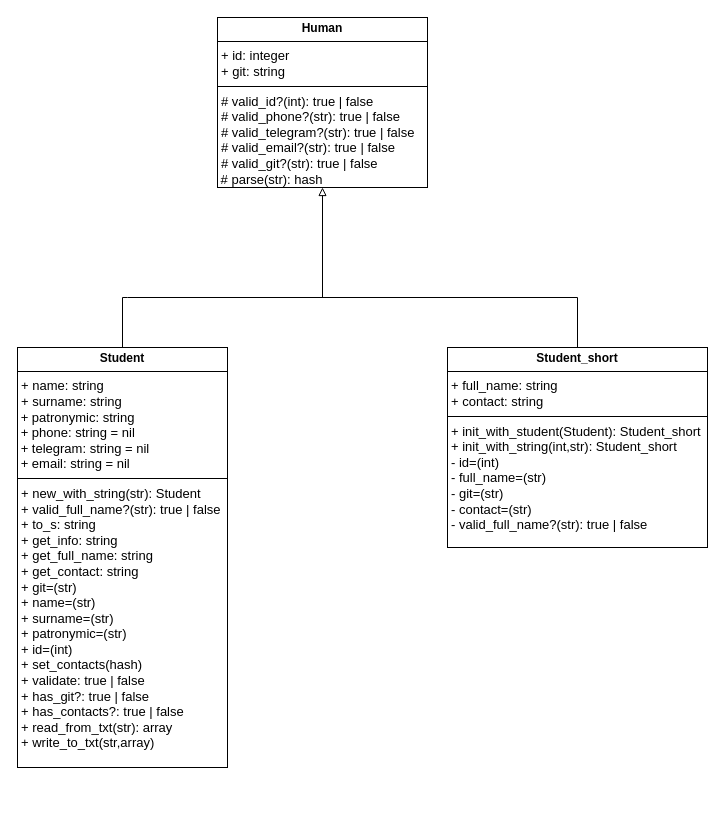
This is lab2_kernel_classes_and_models/class_diagram.drawio from mighty-mlrisen/design-patterns, a draw.io file, before an edit. Source tidied: cells renumbered, new cells numbered last; positions are measured from the earlier drawing's top-left corner, leaving out a move shared by most shapes. Both pictures are drawn from the tidied source at 100%, with x=0, y=0 at pixel (17, 17).
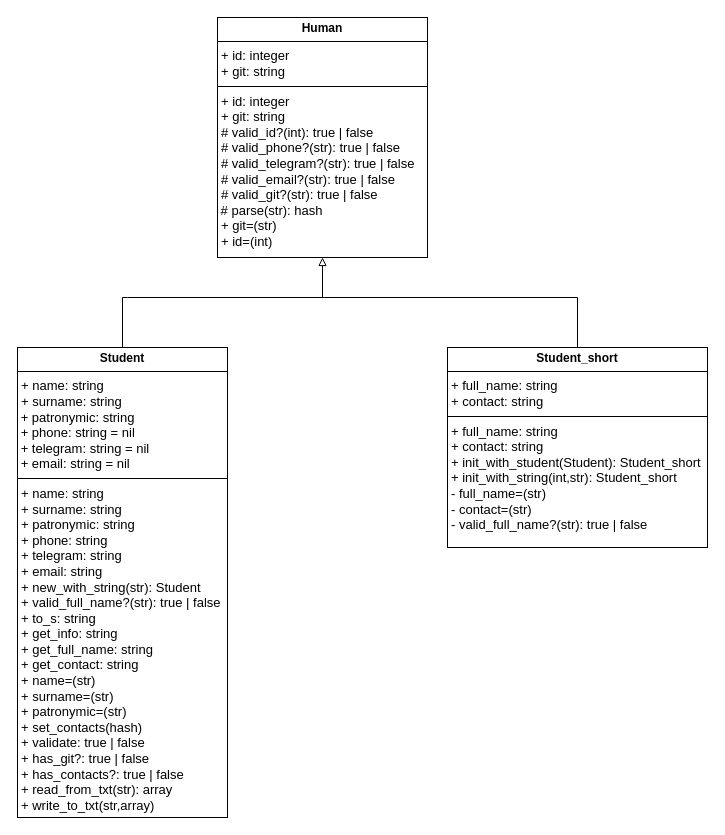
The same diagram, later.

Commit message (it also covers changes not shown here):
lab2: class diagram fix

What changed in the source:
```diff
@@
 <mxGraphModel>
   <root>
     <mxCell id="0" />
     <mxCell id="1" parent="0" />
-    <mxCell id="2" value="&lt;p style=&quot;margin:0px;margin-top:4px;text-align:center;&quot;&gt;&lt;b&gt;Student&lt;/b&gt;&lt;/p&gt;&lt;hr size=&quot;1&quot; style=&quot;border-style:solid;&quot;&gt;&lt;p style=&quot;margin: 0px 0px 0px 4px; font-size: 13px;&quot;&gt;&lt;font style=&quot;font-size: 13px;&quot;&gt;+ name: string&lt;/font&gt;&lt;/p&gt;&lt;p style=&quot;margin: 0px 0px 0px 4px; font-size: 13px;&quot;&gt;&lt;font style=&quot;font-size: 13px;&quot;&gt;+ surname: string&lt;br&gt;&lt;/font&gt;&lt;/p&gt;&lt;div style=&quot;font-size: 13px;&quot;&gt;&lt;font style=&quot;font-size: 13px;&quot;&gt;&amp;nbsp;&lt;span style=&quot;background-color: initial;&quot;&gt;+&amp;nbsp;&lt;/span&gt;&lt;span style=&quot;background-color: initial;&quot;&gt;patronymic&lt;/span&gt;&lt;span style=&quot;background-color: initial;&quot;&gt;: string&lt;/span&gt;&lt;/font&gt;&lt;/div&gt;&lt;div style=&quot;font-size: 13px;&quot;&gt;&lt;font style=&quot;font-size: 13px;&quot;&gt;&lt;span style=&quot;background-color: initial;&quot;&gt;&amp;nbsp;&lt;/span&gt;&lt;span style=&quot;background-color: initial;&quot;&gt;+&amp;nbsp;&lt;/span&gt;&lt;span style=&quot;background-color: initial;&quot;&gt;phone&lt;/span&gt;&lt;span style=&quot;background-color: initial;&quot;&gt;: string = nil&lt;/span&gt;&lt;/font&gt;&lt;/div&gt;&lt;div style=&quot;font-size: 13px;&quot;&gt;&lt;font style=&quot;font-size: 13px;&quot;&gt;&lt;span style=&quot;background-color: initial;&quot;&gt;&amp;nbsp;&lt;/span&gt;&lt;span style=&quot;background-color: initial;&quot;&gt;+&amp;nbsp;&lt;/span&gt;&lt;span style=&quot;background-color: initial;&quot;&gt;telegram&lt;/span&gt;&lt;span style=&quot;background-color: initial;&quot;&gt;: string = nil&lt;/span&gt;&lt;/font&gt;&lt;/div&gt;&lt;div style=&quot;font-size: 13px;&quot;&gt;&lt;font style=&quot;font-size: 13px;&quot;&gt;&lt;span style=&quot;background-color: initial;&quot;&gt;&amp;nbsp;&lt;/span&gt;&lt;span style=&quot;background-color: initial;&quot;&gt;+&amp;nbsp;&lt;/span&gt;&lt;span style=&quot;background-color: initial;&quot;&gt;email&lt;/span&gt;&lt;span style=&quot;background-color: initial;&quot;&gt;: string = nil&lt;/span&gt;&lt;/font&gt;&lt;/div&gt;&lt;hr size=&quot;1&quot; style=&quot;border-style: solid; font-size: 13px;&quot;&gt;&lt;p style=&quot;margin: 0px 0px 0px 4px; font-size: 13px;&quot;&gt;&lt;font style=&quot;font-size: 13px;&quot;&gt;+ new_with_string(str): Student&lt;/font&gt;&lt;/p&gt;&lt;p style=&quot;margin: 0px 0px 0px 4px; font-size: 13px;&quot;&gt;&lt;font style=&quot;font-size: 13px;&quot;&gt;+ valid_full_name?(str):&amp;nbsp;&lt;span style=&quot;background-color: initial;&quot;&gt;true | false&lt;/span&gt;&lt;br&gt;&lt;/font&gt;&lt;/p&gt;&lt;p style=&quot;margin: 0px 0px 0px 4px; font-size: 13px;&quot;&gt;&lt;font style=&quot;font-size: 13px;&quot;&gt;+ to_s: string&lt;br&gt;&lt;/font&gt;&lt;/p&gt;&lt;p style=&quot;margin: 0px 0px 0px 4px; font-size: 13px;&quot;&gt;&lt;font style=&quot;font-size: 13px;&quot;&gt;+ get_info: string&lt;br&gt;&lt;/font&gt;&lt;/p&gt;&lt;p style=&quot;margin: 0px 0px 0px 4px; font-size: 13px;&quot;&gt;&lt;font style=&quot;font-size: 13px;&quot;&gt;+ get_full_name: string&lt;br&gt;&lt;/font&gt;&lt;/p&gt;&lt;p style=&quot;margin: 0px 0px 0px 4px; font-size: 13px;&quot;&gt;&lt;font style=&quot;font-size: 13px;&quot;&gt;+ get_contact: string&lt;br&gt;&lt;/font&gt;&lt;/p&gt;&lt;p style=&quot;margin: 0px 0px 0px 4px; font-size: 13px;&quot;&gt;&lt;font style=&quot;font-size: 13px;&quot;&gt;+&amp;nbsp;git=(str)&lt;br&gt;&lt;/font&gt;&lt;/p&gt;&lt;p style=&quot;margin: 0px 0px 0px 4px; font-size: 13px;&quot;&gt;&lt;font style=&quot;font-size: 13px;&quot;&gt;+&amp;nbsp;name&lt;span style=&quot;background-color: initial;&quot;&gt;=(str)&lt;/span&gt;&lt;br&gt;&lt;/font&gt;&lt;/p&gt;&lt;p style=&quot;margin: 0px 0px 0px 4px; font-size: 13px;&quot;&gt;&lt;font style=&quot;font-size: 13px;&quot;&gt;+ surname&lt;span style=&quot;background-color: initial;&quot;&gt;=(str)&lt;/span&gt;&lt;br&gt;&lt;/font&gt;&lt;/p&gt;&lt;p style=&quot;margin: 0px 0px 0px 4px; font-size: 13px;&quot;&gt;&lt;font style=&quot;font-size: 13px;&quot;&gt;+ patronymic=(str)&lt;span style=&quot;background-color: initial;&quot;&gt;&lt;br&gt;&lt;/span&gt;&lt;/font&gt;&lt;/p&gt;&lt;p style=&quot;margin: 0px 0px 0px 4px; font-size: 13px;&quot;&gt;&lt;font style=&quot;font-size: 13px;&quot;&gt;+&amp;nbsp;id&lt;span style=&quot;background-color: initial;&quot;&gt;=(int)&lt;/span&gt;&lt;/font&gt;&lt;/p&gt;&lt;p style=&quot;margin: 0px 0px 0px 4px; font-size: 13px;&quot;&gt;&lt;font style=&quot;font-size: 13px;&quot;&gt;+&amp;nbsp;set_contacts(hash)&lt;br&gt;&lt;/font&gt;&lt;/p&gt;&lt;p style=&quot;margin: 0px 0px 0px 4px; font-size: 13px;&quot;&gt;&lt;font style=&quot;font-size: 13px;&quot;&gt;+ validate:&amp;nbsp;&lt;span style=&quot;background-color: initial;&quot;&gt;true | false&lt;/span&gt;&lt;br&gt;&lt;/font&gt;&lt;/p&gt;&lt;p style=&quot;margin: 0px 0px 0px 4px; font-size: 13px;&quot;&gt;&lt;font style=&quot;font-size: 13px;&quot;&gt;+ has_git?:&amp;nbsp;&lt;span style=&quot;background-color: initial;&quot;&gt;true | false&lt;/span&gt;&lt;br&gt;&lt;/font&gt;&lt;/p&gt;&lt;p style=&quot;margin: 0px 0px 0px 4px; font-size: 13px;&quot;&gt;&lt;font style=&quot;font-size: 13px;&quot;&gt;+ has_contacts?:&amp;nbsp;&lt;span style=&quot;background-color: initial;&quot;&gt;true | false&lt;/span&gt;&lt;br&gt;&lt;/font&gt;&lt;/p&gt;&lt;p style=&quot;margin: 0px 0px 0px 4px; font-size: 13px;&quot;&gt;&lt;font style=&quot;font-size: 13px;&quot;&gt;+ read_from_txt(str): array&lt;span style=&quot;background-color: initial;&quot;&gt;&lt;br&gt;&lt;/span&gt;&lt;/font&gt;&lt;/p&gt;&lt;p style=&quot;margin: 0px 0px 0px 4px; font-size: 13px;&quot;&gt;&lt;font style=&quot;font-size: 13px;&quot;&gt;+ write_to_txt(str,array)&lt;/font&gt;&lt;br&gt;&lt;/p&gt;&lt;p style=&quot;margin:0px;margin-left:4px;&quot;&gt;&lt;br&gt;&lt;/p&gt;" style="verticalAlign=top;align=left;overflow=fill;html=1;whiteSpace=wrap;" parent="1" vertex="1">
-      <mxGeometry y="330" width="210" height="420" as="geometry" />
+    <mxCell id="2" value="&lt;p style=&quot;margin:0px;margin-top:4px;text-align:center;&quot;&gt;&lt;b&gt;Student&lt;/b&gt;&lt;/p&gt;&lt;hr size=&quot;1&quot; style=&quot;border-style:solid;&quot;&gt;&lt;p style=&quot;margin: 0px 0px 0px 4px; font-size: 13px;&quot;&gt;&lt;font style=&quot;font-size: 13px;&quot;&gt;+ name: string&lt;/font&gt;&lt;/p&gt;&lt;p style=&quot;margin: 0px 0px 0px 4px; font-size: 13px;&quot;&gt;&lt;font style=&quot;font-size: 13px;&quot;&gt;+ surname: string&lt;br&gt;&lt;/font&gt;&lt;/p&gt;&lt;div style=&quot;font-size: 13px;&quot;&gt;&lt;font style=&quot;font-size: 13px;&quot;&gt;&amp;nbsp;&lt;span style=&quot;background-color: initial;&quot;&gt;+&amp;nbsp;&lt;/span&gt;&lt;span style=&quot;background-color: initial;&quot;&gt;patronymic&lt;/span&gt;&lt;span style=&quot;background-color: initial;&quot;&gt;: string&lt;/span&gt;&lt;/font&gt;&lt;/div&gt;&lt;div style=&quot;font-size: 13px;&quot;&gt;&lt;font style=&quot;font-size: 13px;&quot;&gt;&lt;span style=&quot;background-color: initial;&quot;&gt;&amp;nbsp;&lt;/span&gt;&lt;span style=&quot;background-color: initial;&quot;&gt;+&amp;nbsp;&lt;/span&gt;&lt;span style=&quot;background-color: initial;&quot;&gt;phone&lt;/span&gt;&lt;span style=&quot;background-color: initial;&quot;&gt;: string = nil&lt;/span&gt;&lt;/font&gt;&lt;/div&gt;&lt;div style=&quot;font-size: 13px;&quot;&gt;&lt;font style=&quot;font-size: 13px;&quot;&gt;&lt;span style=&quot;background-color: initial;&quot;&gt;&amp;nbsp;&lt;/span&gt;&lt;span style=&quot;background-color: initial;&quot;&gt;+&amp;nbsp;&lt;/span&gt;&lt;span style=&quot;background-color: initial;&quot;&gt;telegram&lt;/span&gt;&lt;span style=&quot;background-color: initial;&quot;&gt;: string = nil&lt;/span&gt;&lt;/font&gt;&lt;/div&gt;&lt;div style=&quot;font-size: 13px;&quot;&gt;&lt;font style=&quot;font-size: 13px;&quot;&gt;&lt;span style=&quot;background-color: initial;&quot;&gt;&amp;nbsp;&lt;/span&gt;&lt;span style=&quot;background-color: initial;&quot;&gt;+&amp;nbsp;&lt;/span&gt;&lt;span style=&quot;background-color: initial;&quot;&gt;email&lt;/span&gt;&lt;span style=&quot;background-color: initial;&quot;&gt;: string = nil&lt;/span&gt;&lt;/font&gt;&lt;/div&gt;&lt;hr size=&quot;1&quot; style=&quot;border-style: solid; font-size: 13px;&quot;&gt;&lt;p style=&quot;margin: 0px 0px 0px 4px; font-size: 13px;&quot;&gt;&lt;font style=&quot;font-size: 13px;&quot;&gt;+ name&lt;/font&gt;&lt;span style=&quot;background-color: initial;&quot;&gt;: string&lt;/span&gt;&lt;/p&gt;&lt;p style=&quot;margin: 0px 0px 0px 4px; font-size: 13px;&quot;&gt;&lt;font style=&quot;font-size: 13px;&quot;&gt;+ surname: string&lt;br&gt;&lt;/font&gt;&lt;/p&gt;&lt;p style=&quot;margin: 0px 0px 0px 4px; font-size: 13px;&quot;&gt;&lt;font style=&quot;font-size: 13px;&quot;&gt;+ patronymic: string&lt;br&gt;&lt;/font&gt;&lt;/p&gt;&lt;p style=&quot;margin: 0px 0px 0px 4px; font-size: 13px;&quot;&gt;&lt;font style=&quot;font-size: 13px;&quot;&gt;+ phone: string&lt;br&gt;&lt;/font&gt;&lt;/p&gt;&lt;p style=&quot;margin: 0px 0px 0px 4px; font-size: 13px;&quot;&gt;&lt;font style=&quot;font-size: 13px;&quot;&gt;+ telegram: string&lt;br&gt;&lt;/font&gt;&lt;/p&gt;&lt;p style=&quot;margin: 0px 0px 0px 4px; font-size: 13px;&quot;&gt;&lt;font style=&quot;font-size: 13px;&quot;&gt;+ email: string&lt;br&gt;&lt;/font&gt;&lt;/p&gt;&lt;p style=&quot;margin: 0px 0px 0px 4px; font-size: 13px;&quot;&gt;&lt;font style=&quot;font-size: 13px;&quot;&gt;+ new_with_string(str): Student&lt;/font&gt;&lt;/p&gt;&lt;p style=&quot;margin: 0px 0px 0px 4px; font-size: 13px;&quot;&gt;&lt;font style=&quot;font-size: 13px;&quot;&gt;+ valid_full_name?(str):&amp;nbsp;&lt;span style=&quot;background-color: initial;&quot;&gt;true | false&lt;/span&gt;&lt;br&gt;&lt;/font&gt;&lt;/p&gt;&lt;p style=&quot;margin: 0px 0px 0px 4px; font-size: 13px;&quot;&gt;&lt;font style=&quot;font-size: 13px;&quot;&gt;+ to_s: string&lt;br&gt;&lt;/font&gt;&lt;/p&gt;&lt;p style=&quot;margin: 0px 0px 0px 4px; font-size: 13px;&quot;&gt;&lt;font style=&quot;font-size: 13px;&quot;&gt;+ get_info: string&lt;br&gt;&lt;/font&gt;&lt;/p&gt;&lt;p style=&quot;margin: 0px 0px 0px 4px; font-size: 13px;&quot;&gt;&lt;font style=&quot;font-size: 13px;&quot;&gt;+ get_full_name: string&lt;br&gt;&lt;/font&gt;&lt;/p&gt;&lt;p style=&quot;margin: 0px 0px 0px 4px; font-size: 13px;&quot;&gt;&lt;font style=&quot;font-size: 13px;&quot;&gt;+ get_contact: string&lt;/font&gt;&lt;/p&gt;&lt;p style=&quot;margin: 0px 0px 0px 4px; font-size: 13px;&quot;&gt;&lt;font style=&quot;font-size: 13px;&quot;&gt;+&amp;nbsp;name&lt;span style=&quot;background-color: initial;&quot;&gt;=(str)&lt;/span&gt;&lt;br&gt;&lt;/font&gt;&lt;/p&gt;&lt;p style=&quot;margin: 0px 0px 0px 4px; font-size: 13px;&quot;&gt;&lt;font style=&quot;font-size: 13px;&quot;&gt;+ surname&lt;span style=&quot;background-color: initial;&quot;&gt;=(str)&lt;/span&gt;&lt;br&gt;&lt;/font&gt;&lt;/p&gt;&lt;p style=&quot;margin: 0px 0px 0px 4px; font-size: 13px;&quot;&gt;&lt;font style=&quot;font-size: 13px;&quot;&gt;+ patronymic=(str)&lt;span style=&quot;background-color: initial;&quot;&gt;&lt;br&gt;&lt;/span&gt;&lt;/font&gt;&lt;/p&gt;&lt;p style=&quot;margin: 0px 0px 0px 4px; font-size: 13px;&quot;&gt;&lt;span style=&quot;background-color: initial;&quot;&gt;+&amp;nbsp;set_contacts(hash)&lt;/span&gt;&lt;br&gt;&lt;/p&gt;&lt;p style=&quot;margin: 0px 0px 0px 4px; font-size: 13px;&quot;&gt;&lt;font style=&quot;font-size: 13px;&quot;&gt;+ validate:&amp;nbsp;&lt;span style=&quot;background-color: initial;&quot;&gt;true | false&lt;/span&gt;&lt;br&gt;&lt;/font&gt;&lt;/p&gt;&lt;p style=&quot;margin: 0px 0px 0px 4px; font-size: 13px;&quot;&gt;&lt;font style=&quot;font-size: 13px;&quot;&gt;+ has_git?:&amp;nbsp;&lt;span style=&quot;background-color: initial;&quot;&gt;true | false&lt;/span&gt;&lt;br&gt;&lt;/font&gt;&lt;/p&gt;&lt;p style=&quot;margin: 0px 0px 0px 4px; font-size: 13px;&quot;&gt;&lt;font style=&quot;font-size: 13px;&quot;&gt;+ has_contacts?:&amp;nbsp;&lt;span style=&quot;background-color: initial;&quot;&gt;true | false&lt;/span&gt;&lt;br&gt;&lt;/font&gt;&lt;/p&gt;&lt;p style=&quot;margin: 0px 0px 0px 4px; font-size: 13px;&quot;&gt;&lt;font style=&quot;font-size: 13px;&quot;&gt;+ read_from_txt(str): array&lt;span style=&quot;background-color: initial;&quot;&gt;&lt;br&gt;&lt;/span&gt;&lt;/font&gt;&lt;/p&gt;&lt;p style=&quot;margin: 0px 0px 0px 4px; font-size: 13px;&quot;&gt;&lt;font style=&quot;font-size: 13px;&quot;&gt;+ write_to_txt(str,array)&lt;/font&gt;&lt;br&gt;&lt;/p&gt;&lt;p style=&quot;margin:0px;margin-left:4px;&quot;&gt;&lt;br&gt;&lt;/p&gt;" style="verticalAlign=top;align=left;overflow=fill;html=1;whiteSpace=wrap;" parent="1" vertex="1">
+      <mxGeometry y="330" width="210" height="470" as="geometry" />
     </mxCell>
-    <mxCell id="3" value="&lt;p style=&quot;margin:0px;margin-top:4px;text-align:center;&quot;&gt;&lt;b&gt;Student_short&lt;/b&gt;&lt;/p&gt;&lt;hr size=&quot;1&quot; style=&quot;border-style:solid;&quot;&gt;&lt;p style=&quot;margin: 0px 0px 0px 4px; font-size: 13px;&quot;&gt;&lt;font style=&quot;font-size: 13px;&quot;&gt;+ full_name: string&lt;/font&gt;&lt;/p&gt;&lt;p style=&quot;margin: 0px 0px 0px 4px; font-size: 13px;&quot;&gt;&lt;font style=&quot;font-size: 13px;&quot;&gt;+ contact: string&lt;br&gt;&lt;/font&gt;&lt;/p&gt;&lt;hr size=&quot;1&quot; style=&quot;border-style: solid; font-size: 13px;&quot;&gt;&lt;p style=&quot;margin: 0px 0px 0px 4px; font-size: 13px;&quot;&gt;&lt;font style=&quot;font-size: 13px;&quot;&gt;+ init_with_student(Student): Student_short&lt;/font&gt;&lt;/p&gt;&lt;p style=&quot;margin: 0px 0px 0px 4px; font-size: 13px;&quot;&gt;&lt;font style=&quot;font-size: 13px;&quot;&gt;+ init_with_string(int,str): Student_short&lt;br&gt;&lt;/font&gt;&lt;/p&gt;&lt;p style=&quot;margin: 0px 0px 0px 4px; font-size: 13px;&quot;&gt;&lt;font style=&quot;font-size: 13px;&quot;&gt;-&amp;nbsp;id=(int)&lt;br&gt;&lt;/font&gt;&lt;/p&gt;&lt;p style=&quot;margin: 0px 0px 0px 4px; font-size: 13px;&quot;&gt;&lt;font style=&quot;font-size: 13px;&quot;&gt;-&amp;nbsp;full_name=(str)&lt;br&gt;&lt;/font&gt;&lt;/p&gt;&lt;p style=&quot;margin: 0px 0px 0px 4px; font-size: 13px;&quot;&gt;&lt;font style=&quot;font-size: 13px;&quot;&gt;-&amp;nbsp;git=(str)&lt;br&gt;&lt;/font&gt;&lt;/p&gt;&lt;p style=&quot;margin: 0px 0px 0px 4px; font-size: 13px;&quot;&gt;&lt;font style=&quot;font-size: 13px;&quot;&gt;-&amp;nbsp;contact=(str)&lt;br&gt;&lt;/font&gt;&lt;/p&gt;&lt;p style=&quot;margin: 0px 0px 0px 4px; font-size: 13px;&quot;&gt;&lt;font style=&quot;font-size: 13px;&quot;&gt;- valid_full_name?(str):&amp;nbsp;&lt;span style=&quot;background-color: initial;&quot;&gt;true | false&lt;/span&gt;&lt;/font&gt;&lt;br&gt;&lt;/p&gt;" style="verticalAlign=top;align=left;overflow=fill;html=1;whiteSpace=wrap;" parent="1" vertex="1">
+    <mxCell id="3" value="&lt;p style=&quot;margin:0px;margin-top:4px;text-align:center;&quot;&gt;&lt;b&gt;Student_short&lt;/b&gt;&lt;/p&gt;&lt;hr size=&quot;1&quot; style=&quot;border-style:solid;&quot;&gt;&lt;p style=&quot;margin: 0px 0px 0px 4px; font-size: 13px;&quot;&gt;&lt;font style=&quot;font-size: 13px;&quot;&gt;+ full_name: string&lt;/font&gt;&lt;/p&gt;&lt;p style=&quot;margin: 0px 0px 0px 4px; font-size: 13px;&quot;&gt;&lt;font style=&quot;font-size: 13px;&quot;&gt;+ contact: string&lt;br&gt;&lt;/font&gt;&lt;/p&gt;&lt;hr size=&quot;1&quot; style=&quot;border-style: solid; font-size: 13px;&quot;&gt;&lt;p style=&quot;margin: 0px 0px 0px 4px; font-size: 13px;&quot;&gt;&lt;font style=&quot;font-size: 13px;&quot;&gt;+&amp;nbsp;&lt;/font&gt;&lt;span style=&quot;background-color: initial;&quot;&gt;full_name&lt;/span&gt;&lt;span style=&quot;background-color: initial;&quot;&gt;: string&lt;/span&gt;&lt;/p&gt;&lt;p style=&quot;margin: 0px 0px 0px 4px; font-size: 13px;&quot;&gt;&lt;font style=&quot;font-size: 13px;&quot;&gt;+ contact&lt;span style=&quot;background-color: initial;&quot;&gt;: string&lt;/span&gt;&lt;span style=&quot;background-color: initial;&quot;&gt;&lt;br&gt;&lt;/span&gt;&lt;/font&gt;&lt;/p&gt;&lt;p style=&quot;margin: 0px 0px 0px 4px; font-size: 13px;&quot;&gt;&lt;font style=&quot;font-size: 13px;&quot;&gt;+ init_with_student(Student): Student_short&lt;/font&gt;&lt;/p&gt;&lt;p style=&quot;margin: 0px 0px 0px 4px; font-size: 13px;&quot;&gt;&lt;font style=&quot;font-size: 13px;&quot;&gt;+ init_with_string(int,str): Student_short&lt;/font&gt;&lt;/p&gt;&lt;p style=&quot;margin: 0px 0px 0px 4px; font-size: 13px;&quot;&gt;&lt;font style=&quot;font-size: 13px;&quot;&gt;-&amp;nbsp;full_name=(str)&lt;/font&gt;&lt;/p&gt;&lt;p style=&quot;margin: 0px 0px 0px 4px; font-size: 13px;&quot;&gt;&lt;font style=&quot;font-size: 13px;&quot;&gt;-&amp;nbsp;contact=(str)&lt;br&gt;&lt;/font&gt;&lt;/p&gt;&lt;p style=&quot;margin: 0px 0px 0px 4px; font-size: 13px;&quot;&gt;&lt;font style=&quot;font-size: 13px;&quot;&gt;- valid_full_name?(str):&amp;nbsp;&lt;span style=&quot;background-color: initial;&quot;&gt;true | false&lt;/span&gt;&lt;/font&gt;&lt;br&gt;&lt;/p&gt;" style="verticalAlign=top;align=left;overflow=fill;html=1;whiteSpace=wrap;" parent="1" vertex="1">
       <mxGeometry x="430" y="330" width="260" height="200" as="geometry" />
     </mxCell>
     <mxCell id="4" style="edgeStyle=none;rounded=0;jettySize=auto;html=1;startArrow=block;startFill=0;endArrow=none;endFill=0;" parent="1" edge="1" source="5">
       <mxGeometry relative="1" as="geometry">
         <mxPoint x="305" y="280" as="targetPoint" />
       </mxGeometry>
     </mxCell>
-    <mxCell id="5" value="&lt;p style=&quot;margin:0px;margin-top:4px;text-align:center;&quot;&gt;&lt;b&gt;Human&lt;/b&gt;&lt;/p&gt;&lt;hr size=&quot;1&quot; style=&quot;border-style:solid;&quot;&gt;&lt;p style=&quot;margin: 0px 0px 0px 4px; font-size: 13px;&quot;&gt;&lt;font style=&quot;font-size: 13px;&quot;&gt;+ id: integer&lt;/font&gt;&lt;/p&gt;&lt;p style=&quot;margin: 0px 0px 0px 4px; font-size: 13px;&quot;&gt;&lt;font style=&quot;font-size: 13px;&quot;&gt;+ git: string&lt;/font&gt;&lt;/p&gt;&lt;hr size=&quot;1&quot; style=&quot;border-style: solid; font-size: 13px;&quot;&gt;&lt;p style=&quot;margin: 0px 0px 0px 4px; font-size: 13px;&quot;&gt;&lt;font style=&quot;font-size: 13px;&quot;&gt;# valid_id?(int): true | false&lt;/font&gt;&lt;/p&gt;&lt;p style=&quot;margin: 0px 0px 0px 4px; font-size: 13px;&quot;&gt;&lt;font style=&quot;font-size: 13px;&quot;&gt;# valid_phone?(str): true | false&lt;br&gt;&lt;/font&gt;&lt;/p&gt;&lt;p style=&quot;margin: 0px 0px 0px 4px; font-size: 13px;&quot;&gt;&lt;font style=&quot;font-size: 13px;&quot;&gt;# valid_telegram?(str): true | false&lt;br&gt;&lt;/font&gt;&lt;/p&gt;&lt;div style=&quot;font-size: 13px;&quot;&gt;&lt;p style=&quot;margin: 0px 0px 0px 4px;&quot;&gt;&lt;font style=&quot;font-size: 13px;&quot;&gt;# valid_email?(str): true | false&lt;br&gt;&lt;/font&gt;&lt;/p&gt;&lt;/div&gt;&lt;div style=&quot;font-size: 13px;&quot;&gt;&lt;p style=&quot;margin: 0px 0px 0px 4px;&quot;&gt;&lt;font style=&quot;font-size: 13px;&quot;&gt;# valid_git?(str): true | false&lt;br&gt;&lt;/font&gt;&lt;/p&gt;&lt;/div&gt;&lt;div style=&quot;font-size: 13px;&quot;&gt;&lt;font style=&quot;font-size: 13px;&quot;&gt;&amp;nbsp;#&amp;nbsp;parse(str): hash&lt;/font&gt;&lt;/div&gt;&lt;p style=&quot;margin:0px;margin-left:4px;&quot;&gt;&lt;br&gt;&lt;/p&gt;&lt;p style=&quot;margin:0px;margin-left:4px;&quot;&gt;&lt;br&gt;&lt;/p&gt;" style="verticalAlign=top;align=left;overflow=fill;html=1;whiteSpace=wrap;" parent="1" vertex="1">
-      <mxGeometry x="200" width="210" height="170" as="geometry" />
+    <mxCell id="5" value="&lt;p style=&quot;margin:0px;margin-top:4px;text-align:center;&quot;&gt;&lt;b&gt;Human&lt;/b&gt;&lt;/p&gt;&lt;hr size=&quot;1&quot; style=&quot;border-style:solid;&quot;&gt;&lt;p style=&quot;margin: 0px 0px 0px 4px; font-size: 13px;&quot;&gt;&lt;font style=&quot;font-size: 13px;&quot;&gt;+ id: integer&lt;/font&gt;&lt;/p&gt;&lt;p style=&quot;margin: 0px 0px 0px 4px; font-size: 13px;&quot;&gt;&lt;font style=&quot;font-size: 13px;&quot;&gt;+ git: string&lt;/font&gt;&lt;/p&gt;&lt;hr size=&quot;1&quot; style=&quot;border-style: solid; font-size: 13px;&quot;&gt;&lt;p style=&quot;margin: 0px 0px 0px 4px;&quot;&gt;&lt;font style=&quot;&quot;&gt;&lt;font style=&quot;font-size: 13px;&quot;&gt;+ id&lt;/font&gt;&lt;span style=&quot;font-size: 13px; background-color: initial;&quot;&gt;: integer&lt;/span&gt;&lt;br&gt;&lt;/font&gt;&lt;/p&gt;&lt;p style=&quot;margin: 0px 0px 0px 4px; font-size: 13px;&quot;&gt;&lt;font style=&quot;font-size: 13px;&quot;&gt;+ git&lt;span style=&quot;background-color: initial;&quot;&gt;: string&lt;/span&gt;&lt;br&gt;&lt;/font&gt;&lt;/p&gt;&lt;p style=&quot;margin: 0px 0px 0px 4px; font-size: 13px;&quot;&gt;&lt;font style=&quot;font-size: 13px;&quot;&gt;# valid_id?(int): true | false&lt;/font&gt;&lt;/p&gt;&lt;p style=&quot;margin: 0px 0px 0px 4px; font-size: 13px;&quot;&gt;&lt;font style=&quot;font-size: 13px;&quot;&gt;# valid_phone?(str): true | false&lt;br&gt;&lt;/font&gt;&lt;/p&gt;&lt;p style=&quot;margin: 0px 0px 0px 4px; font-size: 13px;&quot;&gt;&lt;font style=&quot;font-size: 13px;&quot;&gt;# valid_telegram?(str): true | false&lt;br&gt;&lt;/font&gt;&lt;/p&gt;&lt;div style=&quot;font-size: 13px;&quot;&gt;&lt;p style=&quot;margin: 0px 0px 0px 4px;&quot;&gt;&lt;font style=&quot;font-size: 13px;&quot;&gt;# valid_email?(str): true | false&lt;br&gt;&lt;/font&gt;&lt;/p&gt;&lt;/div&gt;&lt;div style=&quot;font-size: 13px;&quot;&gt;&lt;p style=&quot;margin: 0px 0px 0px 4px;&quot;&gt;&lt;font style=&quot;font-size: 13px;&quot;&gt;# valid_git?(str): true | false&lt;br&gt;&lt;/font&gt;&lt;/p&gt;&lt;/div&gt;&lt;div style=&quot;font-size: 13px;&quot;&gt;&lt;font style=&quot;font-size: 13px;&quot;&gt;&amp;nbsp;#&amp;nbsp;parse(str): hash&lt;/font&gt;&lt;/div&gt;&lt;div style=&quot;font-size: 13px;&quot;&gt;&lt;font style=&quot;font-size: 13px;&quot;&gt;&lt;p style=&quot;margin: 0px 0px 0px 4px;&quot;&gt;+&amp;nbsp;git=(str)&lt;br&gt;&lt;/p&gt;&lt;p style=&quot;margin: 0px 0px 0px 4px;&quot;&gt;+&amp;nbsp;id&lt;span style=&quot;background-color: initial;&quot;&gt;=(int)&lt;/span&gt;&lt;/p&gt;&lt;div&gt;&lt;span style=&quot;background-color: initial;&quot;&gt;&lt;br&gt;&lt;/span&gt;&lt;/div&gt;&lt;div&gt;&lt;br&gt;&lt;/div&gt;&lt;div&gt;&lt;br&gt;&lt;/div&gt;&lt;/font&gt;&lt;/div&gt;&lt;div style=&quot;font-size: 13px;&quot;&gt;&lt;font style=&quot;font-size: 13px;&quot;&gt;&lt;br&gt;&lt;/font&gt;&lt;/div&gt;&lt;div style=&quot;font-size: 13px;&quot;&gt;&lt;font style=&quot;font-size: 13px;&quot;&gt;&lt;br&gt;&lt;/font&gt;&lt;/div&gt;&lt;div style=&quot;font-size: 13px;&quot;&gt;&lt;font style=&quot;font-size: 13px;&quot;&gt;&lt;br&gt;&lt;/font&gt;&lt;/div&gt;&lt;p style=&quot;margin:0px;margin-left:4px;&quot;&gt;&lt;br&gt;&lt;/p&gt;&lt;p style=&quot;margin:0px;margin-left:4px;&quot;&gt;&lt;br&gt;&lt;/p&gt;" style="verticalAlign=top;align=left;overflow=fill;html=1;whiteSpace=wrap;" parent="1" vertex="1">
+      <mxGeometry x="200" width="210" height="240" as="geometry" />
     </mxCell>
     <mxCell id="6" style="endArrow=none;html=1;edgeStyle=orthogonalEdgeStyle;rounded=0;exitX=0.5;exitY=0;exitDx=0;exitDy=0;entryX=0.5;entryY=0;entryDx=0;entryDy=0;" parent="1" edge="1" source="2" target="3">
       <mxGeometry relative="1" as="geometry">
         <Array as="points">
           <mxPoint x="110" y="280" />
           <mxPoint x="510" y="280" />
         </Array>
       </mxGeometry>
     </mxCell>
   </root>
 </mxGraphModel>
```
